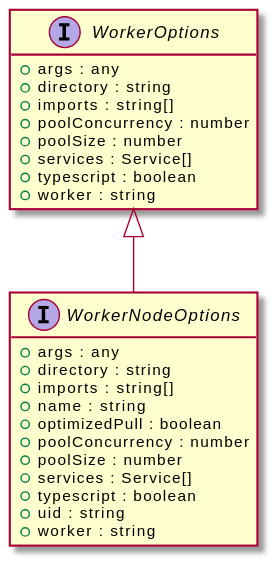
Above: assets/WorkerOptions-umlClassDiagram-15927.svg in OpenHPS/openhps-core (PlantUML), before the change. The source it was exported from:
```plantuml
@startuml
skinparam BackgroundColor transparent
hide empty methods
hide empty fields
interface "WorkerOptions" {
    +args : any
    +directory : string
    +imports : string[]
    +poolConcurrency : number
    +poolSize : number
    +services : Service[]
    +typescript : boolean
    +worker : string
}
interface "WorkerNodeOptions" {
    +args : any
    +directory : string
    +imports : string[]
    +name : string
    +optimizedPull : boolean
    +poolConcurrency : number
    +poolSize : number
    +services : Service[]
    +typescript : boolean
    +uid : string
    +worker : string
}
"WorkerOptions" <|-- "WorkerNodeOptions"
@enduml
```
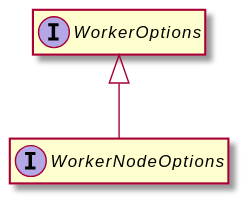
After the commit.

Change to the diagram source:
```diff
@@ -3,27 +3,8 @@
 hide empty methods
 hide empty fields
 interface "WorkerOptions" {
-    +args : any
-    +directory : string
-    +imports : string[]
-    +poolConcurrency : number
-    +poolSize : number
-    +services : Service[]
-    +typescript : boolean
-    +worker : string
 }
 interface "WorkerNodeOptions" {
-    +args : any
-    +directory : string
-    +imports : string[]
-    +name : string
-    +optimizedPull : boolean
-    +poolConcurrency : number
-    +poolSize : number
-    +services : Service[]
-    +typescript : boolean
-    +uid : string
-    +worker : string
 }
 "WorkerOptions" <|-- "WorkerNodeOptions"
 @enduml
```
